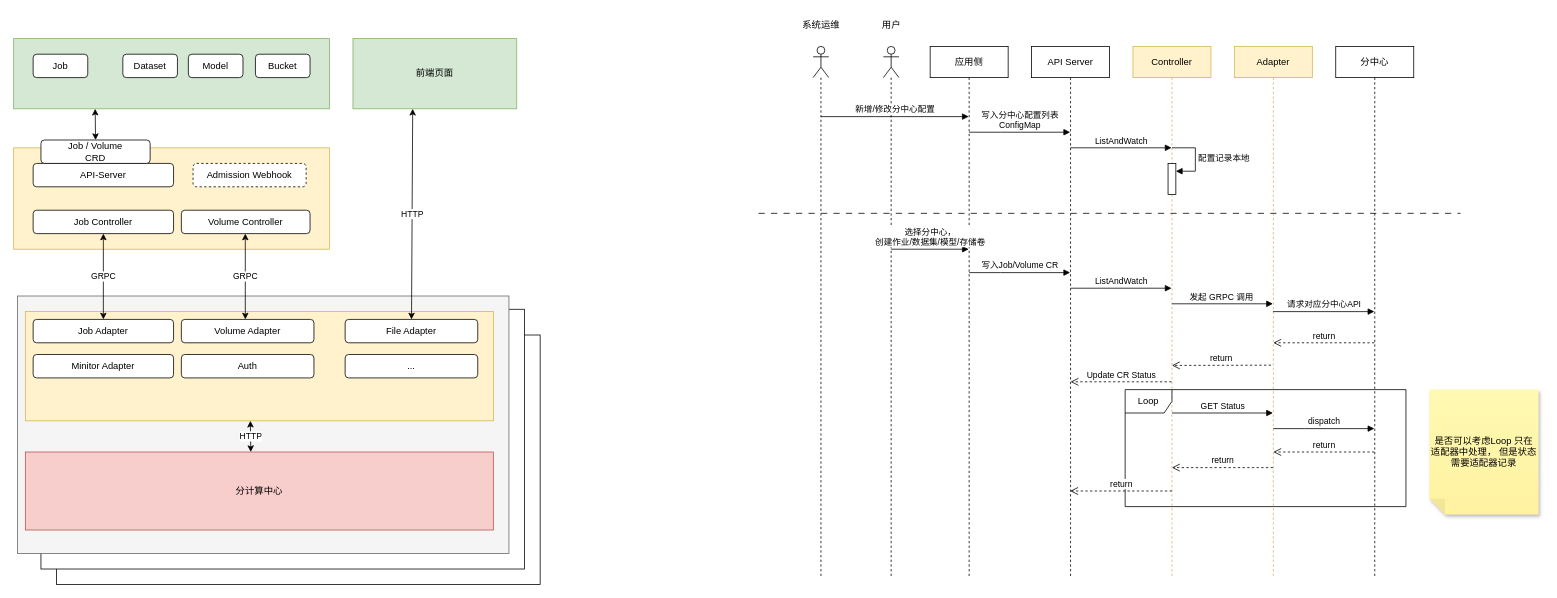
Above: 分中心接入.drawio in kingstone95/diagrams (draw.io), before the change. Source tidied: cells renumbered, new cells numbered last; positions are measured from the earlier drawing's top-left corner, leaving out a move shared by most shapes. Both pictures are drawn from the tidied source at 78%, with x=0, y=0 at pixel (13, 13).
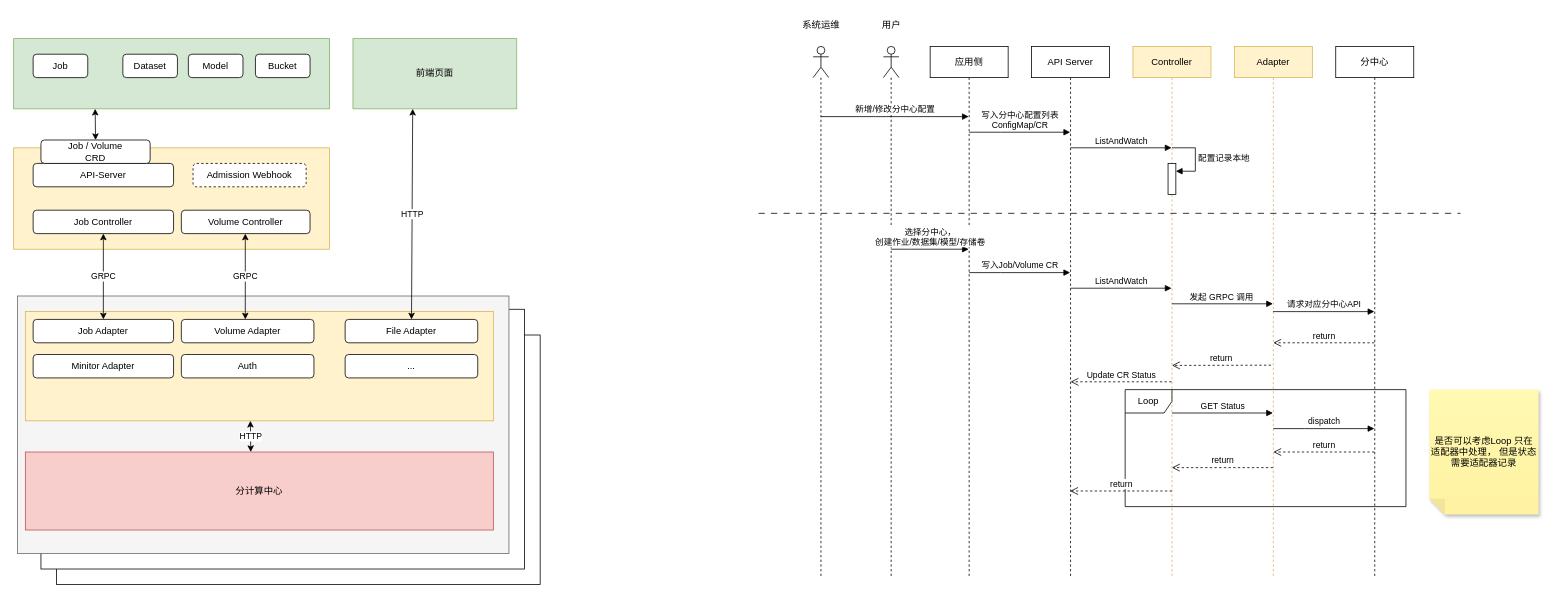
The same page after the edit.

Commit message:
更新分中心接入.drawio

Unchanged cells that the change refers to:
```xml
<mxCell id="32" value="API Server" style="shape=umlLifeline;perimeter=lifelinePerimeter;whiteSpace=wrap;html=1;outlineConnect=0;portConstraint=eastwest;newEdgeStyle={&quot;edgeStyle&quot;:&quot;elbowEdgeStyle&quot;,&quot;elbow&quot;:&quot;vertical&quot;,&quot;curved&quot;:0,&quot;rounded&quot;:0};" parent="1" vertex="1">
  <mxGeometry x="1305" y="42" width="100" height="680" as="geometry" />
</mxCell>
```

Diff of the diagram source:
```diff
@@
-    <mxCell id="40" value="写入分中心配置列表&lt;br&gt;ConfigMap" style="html=1;verticalAlign=bottom;endArrow=block;edgeStyle=elbowEdgeStyle;elbow=vertical;curved=0;rounded=0;" parent="1" edge="1" target="32">
+    <mxCell id="40" value="写入分中心配置列表&lt;br&gt;ConfigMap/CR" style="html=1;verticalAlign=bottom;endArrow=block;edgeStyle=elbowEdgeStyle;elbow=vertical;curved=0;rounded=0;" parent="1" edge="1" target="32">
       <mxGeometry relative="1" as="geometry">
         <mxPoint x="1225" y="152" as="sourcePoint" />
       </mxGeometry>
     </mxCell>
```
